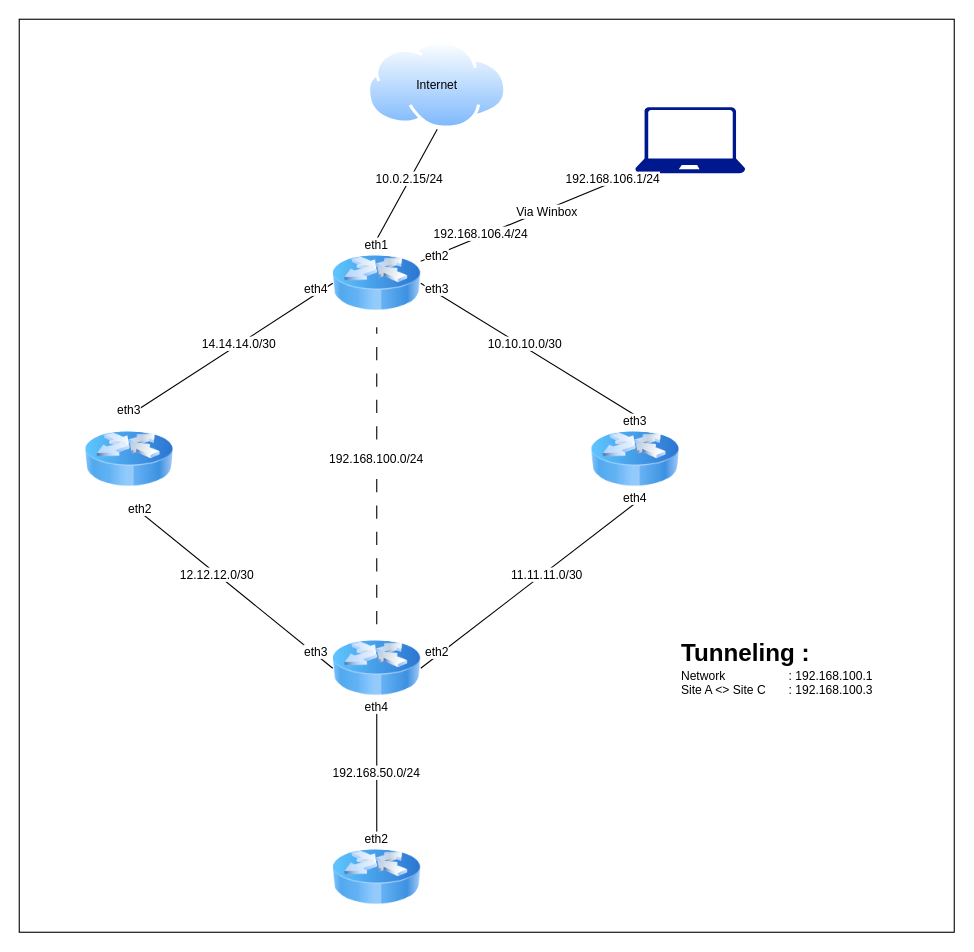
IndiStefani/NOC keeps this draw.io diagram as Topology_Jaringan/Topologi Lab CHR.drawio. Above is the earlier version. Source tidied: cells renumbered, new cells numbered last; positions are measured from the earlier drawing's top-left corner, leaving out a move shared by most shapes. Both pictures are drawn from the tidied source at 110%, with x=0, y=0 at pixel (19, 19).
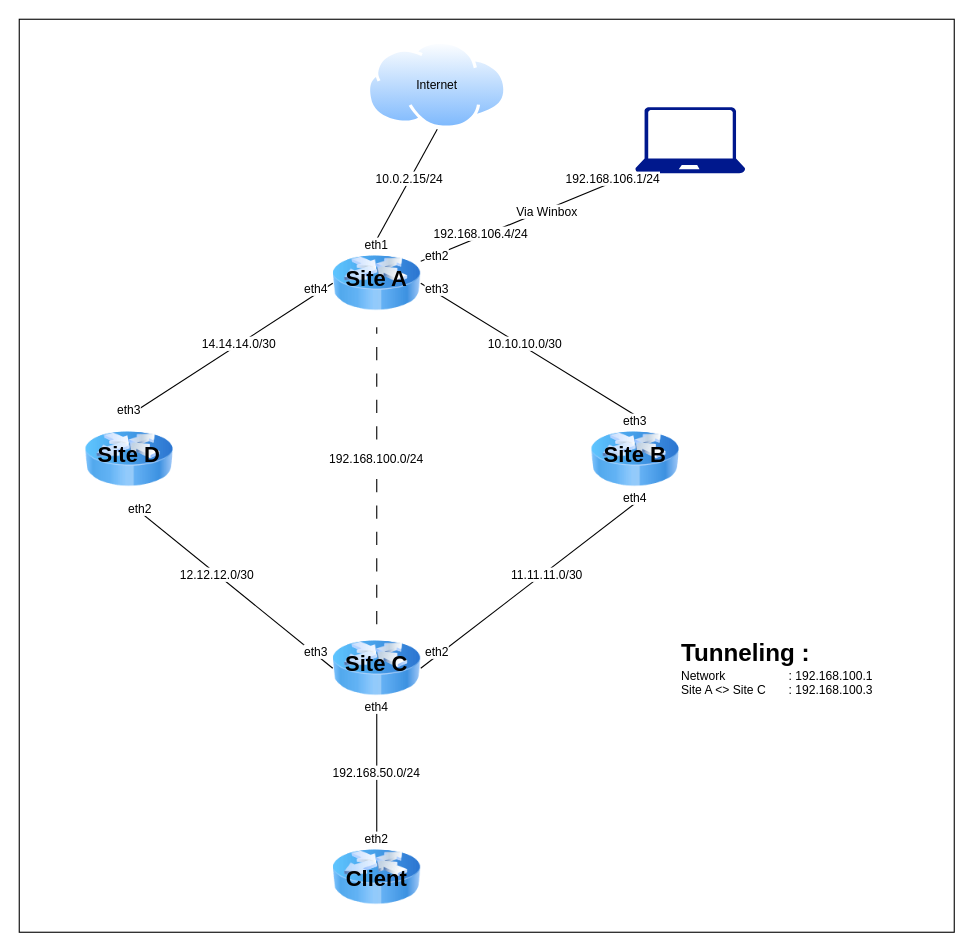
The same page after the edit.

The edit, as a diff of the source:
```diff
@@
+    <mxCell id="42" value="&lt;font style=&quot;font-size: 20px;&quot;&gt;&lt;b&gt;Site B&lt;/b&gt;&lt;/font&gt;" style="text;html=1;whiteSpace=wrap;strokeColor=none;fillColor=none;align=center;verticalAlign=middle;rounded=0;fontFamily=Helvetica;fontSize=11;fontColor=light-dark(#000000,#FF0000);labelBackgroundColor=none;" parent="1" vertex="1">
+      <mxGeometry x="530" y="380" width="60" height="30" as="geometry" />
+    </mxCell>
+    <mxCell id="43" value="&lt;font style=&quot;font-size: 20px;&quot;&gt;&lt;b&gt;Site D&lt;/b&gt;&lt;/font&gt;" style="text;html=1;whiteSpace=wrap;strokeColor=none;fillColor=none;align=center;verticalAlign=middle;rounded=0;fontFamily=Helvetica;fontSize=11;fontColor=light-dark(#000000,#FF0000);labelBackgroundColor=none;" parent="1" vertex="1">
+      <mxGeometry x="70" y="380" width="60" height="30" as="geometry" />
+    </mxCell>
+    <mxCell id="44" value="&lt;font style=&quot;font-size: 20px;&quot;&gt;&lt;b&gt;Site A&lt;/b&gt;&lt;/font&gt;" style="text;html=1;whiteSpace=wrap;strokeColor=none;fillColor=none;align=center;verticalAlign=middle;rounded=0;fontFamily=Helvetica;fontSize=11;fontColor=light-dark(#000000,#FF0000);labelBackgroundColor=none;" parent="1" vertex="1">
+      <mxGeometry x="295" y="220" width="60" height="30" as="geometry" />
+    </mxCell>
+    <mxCell id="45" value="&lt;font style=&quot;font-size: 20px;&quot;&gt;&lt;b&gt;Site C&lt;/b&gt;&lt;/font&gt;" style="text;html=1;whiteSpace=wrap;strokeColor=none;fillColor=none;align=center;verticalAlign=middle;rounded=0;fontFamily=Helvetica;fontSize=11;fontColor=light-dark(#000000,#FF0000);labelBackgroundColor=none;" parent="1" vertex="1">
+      <mxGeometry x="295" y="570" width="60" height="30" as="geometry" />
+    </mxCell>
+    <mxCell id="46" value="&lt;span style=&quot;font-size: 20px;&quot;&gt;&lt;b&gt;Client&lt;/b&gt;&lt;/span&gt;" style="text;html=1;whiteSpace=wrap;strokeColor=none;fillColor=none;align=center;verticalAlign=middle;rounded=0;fontFamily=Helvetica;fontSize=11;fontColor=light-dark(#000000,#FF0000);labelBackgroundColor=none;" parent="1" vertex="1">
+      <mxGeometry x="295" y="765" width="60" height="30" as="geometry" />
+    </mxCell>
```
